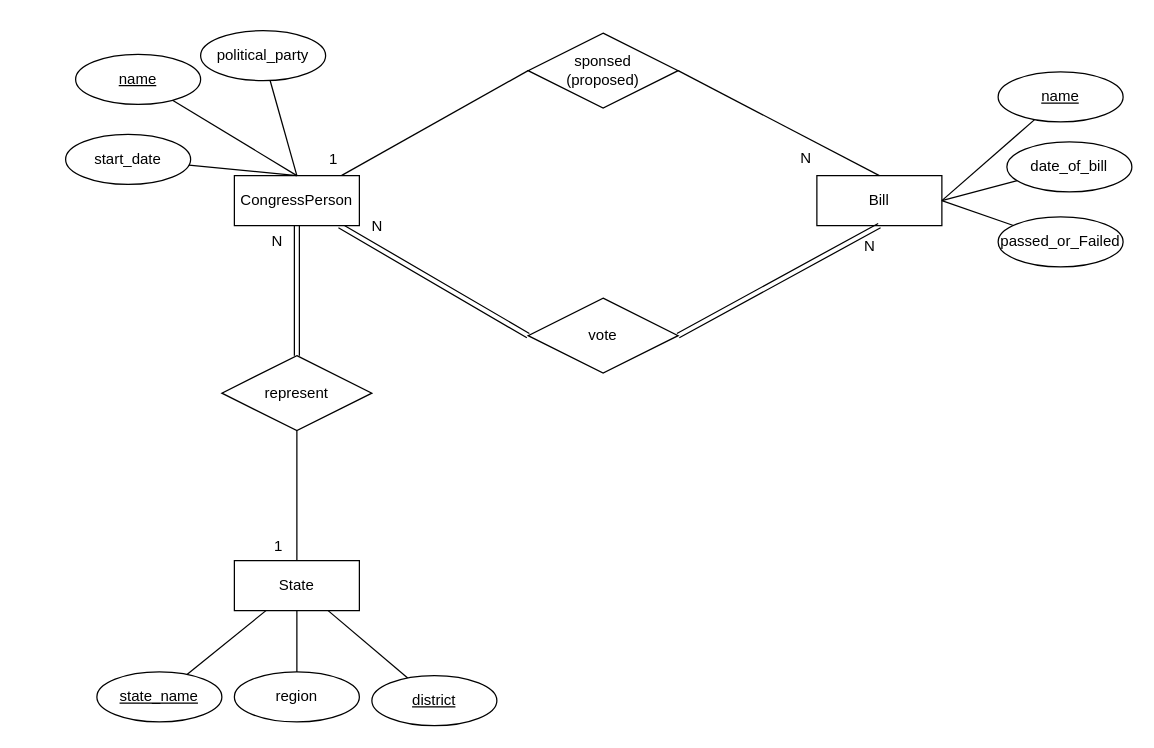
The draw.io diagram DBStudio/DBStudio_Ass3_Represent.drawio in cobinding/draw.io_collection, before the edit. Source tidied: cells renumbered, new cells numbered last; positions are measured from the earlier drawing's top-left corner, leaving out a move shared by most shapes. Both pictures are drawn from the tidied source at 125%, with x=0, y=0 at pixel (65, 30).
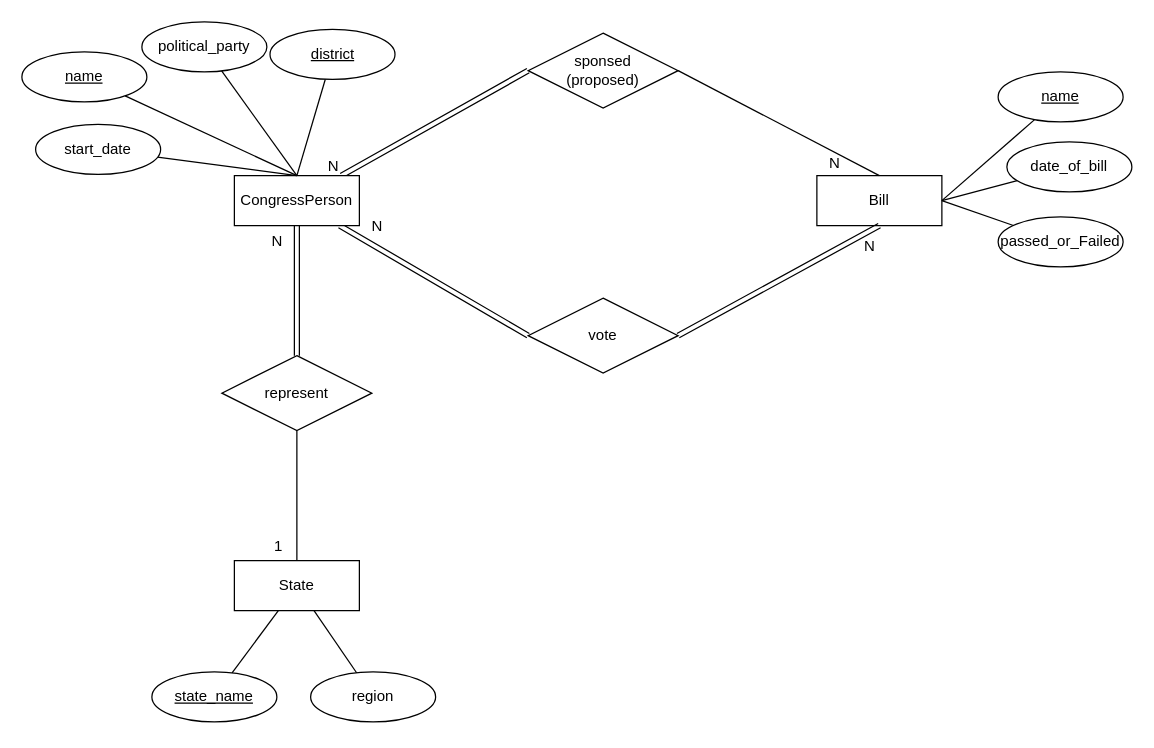
The same page after the edit.

Unchanged cells that the change refers to:
```xml
<mxCell id="5" value="CongressPerson" style="whiteSpace=wrap;html=1;align=center;" parent="1" vertex="1">
  <mxGeometry x="135" y="116" width="100" height="40" as="geometry" />
</mxCell>
<mxCell id="7" value="State" style="whiteSpace=wrap;html=1;align=center;" parent="1" vertex="1">
  <mxGeometry x="135" y="424" width="100" height="40" as="geometry" />
</mxCell>
<mxCell id="10" value="sponsed&lt;div&gt;(proposed)&lt;/div&gt;" style="shape=rhombus;perimeter=rhombusPerimeter;whiteSpace=wrap;html=1;align=center;" parent="1" vertex="1">
  <mxGeometry x="370" y="2" width="120" height="60" as="geometry" />
</mxCell>
```

What changed in the source:
```diff
@@
-    <mxCell id="2" style="rounded=0;jettySize=auto;html=1;entryX=0;entryY=0.5;entryDx=0;entryDy=0;endArrow=none;endFill=0;" parent="1" edge="1" source="5" target="10">
+    <mxCell id="2" style="rounded=0;jettySize=auto;html=1;entryX=0;entryY=0.5;entryDx=0;entryDy=0;endArrow=none;endFill=0;shape=link;" parent="1" edge="1" source="5" target="10">
       <mxGeometry relative="1" as="geometry" />
     </mxCell>
@@
     <mxCell id="13" value="region" style="ellipse;whiteSpace=wrap;html=1;align=center;" parent="1" vertex="1">
-      <mxGeometry x="135" y="513" width="100" height="40" as="geometry" />
+      <mxGeometry x="196" y="513" width="100" height="40" as="geometry" />
     </mxCell>
@@
     <mxCell id="15" value="&lt;u&gt;state_name&lt;/u&gt;" style="ellipse;whiteSpace=wrap;html=1;align=center;" parent="1" vertex="1">
-      <mxGeometry x="25" y="513" width="100" height="40" as="geometry" />
+      <mxGeometry x="69" y="513" width="100" height="40" as="geometry" />
     </mxCell>
-    <mxCell id="16" style="rounded=0;jettySize=auto;html=1;entryX=0.75;entryY=1;entryDx=0;entryDy=0;endArrow=none;endFill=0;" parent="1" edge="1" source="17" target="7">
-      <mxGeometry relative="1" as="geometry" />
-    </mxCell>
+    <mxCell id="38" style="rounded=0;jettySize=auto;html=1;endArrow=none;endFill=0;entryX=0.5;entryY=0;entryDx=0;entryDy=0;" parent="1" edge="1" source="17" target="5">
+      <mxGeometry relative="1" as="geometry" />
+    </mxCell>
     <mxCell id="17" value="&lt;u&gt;district&lt;/u&gt;" style="ellipse;whiteSpace=wrap;html=1;align=center;" parent="1" vertex="1">
-      <mxGeometry x="245" y="516" width="100" height="40" as="geometry" />
+      <mxGeometry x="163.5" y="-1" width="100" height="40" as="geometry" />
     </mxCell>
@@
     <mxCell id="19" value="&lt;u&gt;name&lt;/u&gt;" style="ellipse;whiteSpace=wrap;html=1;align=center;" parent="1" vertex="1">
-      <mxGeometry x="8" y="19" width="100" height="40" as="geometry" />
+      <mxGeometry x="-35" y="17" width="100" height="40" as="geometry" />
     </mxCell>
@@
     <mxCell id="21" value="start_date" style="ellipse;whiteSpace=wrap;html=1;align=center;" parent="1" vertex="1">
-      <mxGeometry y="83" width="100" height="40" as="geometry" />
+      <mxGeometry x="-24" y="75" width="100" height="40" as="geometry" />
     </mxCell>
@@
     <mxCell id="23" value="political_party" style="ellipse;whiteSpace=wrap;html=1;align=center;" parent="1" vertex="1">
-      <mxGeometry x="108" width="100" height="40" as="geometry" />
+      <mxGeometry x="61" y="-7" width="100" height="40" as="geometry" />
     </mxCell>
@@
     <mxCell id="36" value="N" style="text;html=1;align=center;verticalAlign=middle;strokeColor=none;fillColor=none;" parent="1" vertex="1">
-      <mxGeometry x="578" y="89" width="27" height="26" as="geometry" />
+      <mxGeometry x="601" y="93" width="27" height="26" as="geometry" />
     </mxCell>
-    <mxCell id="37" value="1" style="text;html=1;align=center;verticalAlign=middle;strokeColor=none;fillColor=none;" parent="1" vertex="1">
-      <mxGeometry x="201" y="90" width="25" height="26" as="geometry" />
+    <mxCell id="37" value="N" style="text;html=1;align=center;verticalAlign=middle;strokeColor=none;fillColor=none;" parent="1" vertex="1">
+      <mxGeometry x="200" y="96" width="27" height="26" as="geometry" />
     </mxCell>
```
